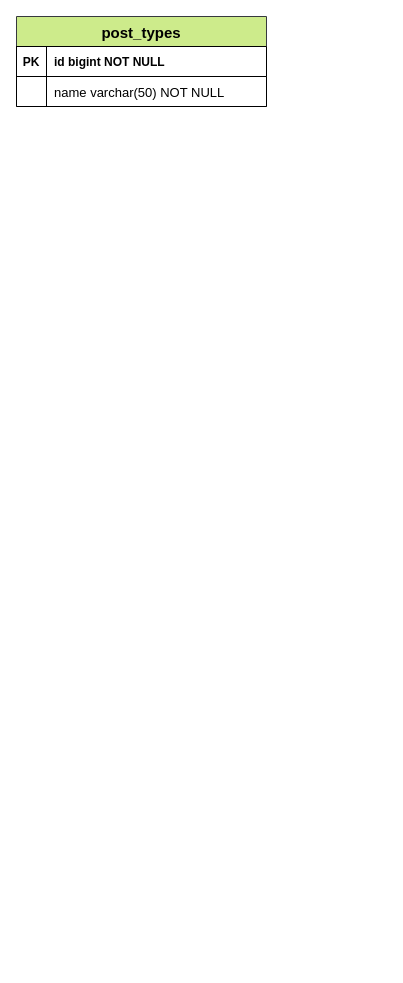
The draw.io diagram dbschema/ninenews.drawio in efthakhar/ninenews, before the edit. Source tidied: cells renumbered, new cells numbered last; positions are measured from the earlier drawing's top-left corner, leaving out a move shared by most shapes. Both pictures are drawn from the tidied source at 100%, with x=0, y=0 at pixel (16, 16).
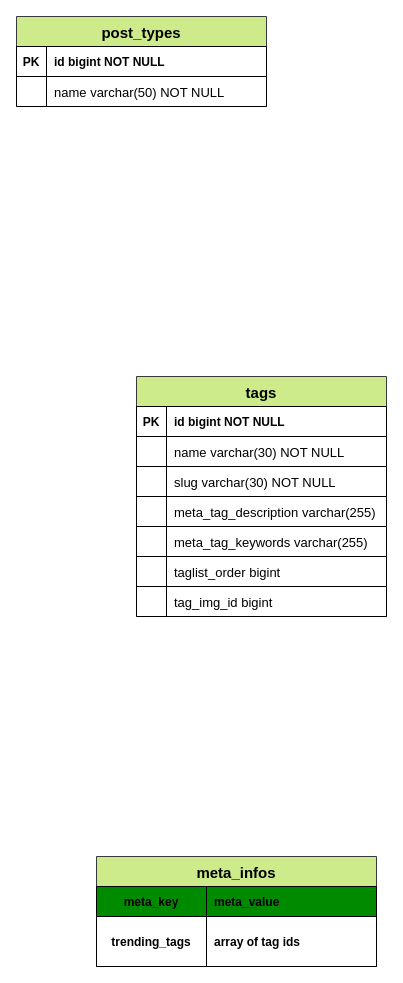
The same diagram, later.

Diff of the diagram source:
```diff
@@
+    <mxCell id="9" value="tags" style="shape=table;startSize=30;childLayout=tableLayout;rowLines=0;fontStyle=1;align=center;strokeColor=#36393d;fillColor=#cdeb8b;fontColor=#000000;fontSize=15;labelBackgroundColor=none;labelBorderColor=none;fontFamily=Helvetica;rounded=0;" parent="1" vertex="1">
+      <mxGeometry x="120" y="360" width="250" height="240" as="geometry" />
+    </mxCell>
+    <mxCell id="10" style="shape=partialRectangle;fillColor=#FFFFFF;top=0;left=0;right=0;bottom=1;strokeColor=#666666;labelBackgroundColor=none;noLabel=1;fontColor=#333333;fontFamily=Helvetica;rounded=0;" parent="9" vertex="1">
+      <mxGeometry y="30" width="250" height="30" as="geometry" />
+    </mxCell>
+    <mxCell id="11" value="PK" style="shape=partialRectangle;overflow=hidden;fillColor=none;top=1;left=1;bottom=1;right=1;fontStyle=1;fontColor=#000000;strokeColor=#000000;fontFamily=Helvetica;rounded=0;" parent="10" vertex="1">
+      <mxGeometry width="30" height="30" as="geometry" />
+    </mxCell>
+    <mxCell id="12" value="id bigint NOT NULL " style="shape=partialRectangle;overflow=hidden;fillColor=none;top=1;left=1;bottom=1;right=1;align=left;spacingLeft=6;fontStyle=1;fontColor=#000000;strokeColor=#000000;noLabel=0;fontFamily=Helvetica;rounded=0;" parent="10" vertex="1">
+      <mxGeometry x="30" width="220" height="30" as="geometry" />
+    </mxCell>
+    <mxCell id="13" style="shape=partialRectangle;fillColor=#FFFFFF;top=1;left=1;right=1;bottom=1;labelBorderColor=#000000;strokeColor=#000000;labelBackgroundColor=none;fontFamily=Helvetica;rounded=0;" parent="9" vertex="1">
+      <mxGeometry y="60" width="250" height="30" as="geometry" />
+    </mxCell>
+    <mxCell id="14" style="shape=partialRectangle;overflow=hidden;fillColor=none;top=0;left=0;bottom=0;right=0;fontFamily=Helvetica;rounded=0;" parent="13" vertex="1">
+      <mxGeometry width="30" height="30" as="geometry" />
+    </mxCell>
+    <mxCell id="15" value="name varchar(30) NOT NULL" style="shape=partialRectangle;overflow=hidden;fillColor=none;top=0;left=1;bottom=0;right=0;align=left;spacingLeft=6;fontColor=#000000;strokeColor=#000000;fontSize=13;fontFamily=Helvetica;rounded=0;" parent="13" vertex="1">
+      <mxGeometry x="30" width="220" height="30" as="geometry" />
+    </mxCell>
+    <mxCell id="16" style="shape=partialRectangle;fillColor=#FFFFFF;top=1;left=1;right=1;bottom=1;labelBorderColor=#000000;strokeColor=#000000;labelBackgroundColor=none;fontFamily=Helvetica;rounded=0;" parent="9" vertex="1">
+      <mxGeometry y="90" width="250" height="30" as="geometry" />
+    </mxCell>
+    <mxCell id="17" style="shape=partialRectangle;overflow=hidden;fillColor=none;top=0;left=0;bottom=0;right=0;fontFamily=Helvetica;rounded=0;" parent="16" vertex="1">
+      <mxGeometry width="30" height="30" as="geometry" />
+    </mxCell>
+    <mxCell id="18" value="slug varchar(30) NOT NULL" style="shape=partialRectangle;overflow=hidden;fillColor=none;top=0;left=1;bottom=0;right=0;align=left;spacingLeft=6;fontColor=#000000;strokeColor=#000000;fontSize=13;fontFamily=Helvetica;rounded=0;" parent="16" vertex="1">
+      <mxGeometry x="30" width="220" height="30" as="geometry" />
+    </mxCell>
+    <mxCell id="19" style="shape=partialRectangle;fillColor=#FFFFFF;top=1;left=1;right=1;bottom=1;labelBorderColor=#000000;strokeColor=#000000;labelBackgroundColor=none;fontFamily=Helvetica;rounded=0;" parent="9" vertex="1">
+      <mxGeometry y="120" width="250" height="30" as="geometry" />
+    </mxCell>
+    <mxCell id="20" style="shape=partialRectangle;overflow=hidden;fillColor=none;top=0;left=0;bottom=0;right=0;fontFamily=Helvetica;rounded=0;" parent="19" vertex="1">
+      <mxGeometry width="30" height="30" as="geometry" />
+    </mxCell>
+    <mxCell id="21" value="meta_tag_description varchar(255) " style="shape=partialRectangle;overflow=hidden;fillColor=none;top=0;left=1;bottom=0;right=0;align=left;spacingLeft=6;fontColor=#000000;strokeColor=#000000;fontSize=13;fontFamily=Helvetica;rounded=0;" parent="19" vertex="1">
+      <mxGeometry x="30" width="220" height="30" as="geometry" />
+    </mxCell>
+    <mxCell id="22" style="shape=partialRectangle;fillColor=#FFFFFF;top=1;left=1;right=1;bottom=1;labelBorderColor=#000000;strokeColor=#000000;labelBackgroundColor=none;fontFamily=Helvetica;rounded=0;" parent="9" vertex="1">
+      <mxGeometry y="150" width="250" height="30" as="geometry" />
+    </mxCell>
+    <mxCell id="23" style="shape=partialRectangle;overflow=hidden;fillColor=none;top=0;left=0;bottom=0;right=0;fontFamily=Helvetica;rounded=0;" parent="22" vertex="1">
+      <mxGeometry width="30" height="30" as="geometry" />
+    </mxCell>
+    <mxCell id="24" value="meta_tag_keywords varchar(255) " style="shape=partialRectangle;overflow=hidden;fillColor=none;top=0;left=1;bottom=0;right=0;align=left;spacingLeft=6;fontColor=#000000;strokeColor=#000000;fontSize=13;fontFamily=Helvetica;rounded=0;" parent="22" vertex="1">
+      <mxGeometry x="30" width="220" height="30" as="geometry" />
+    </mxCell>
+    <mxCell id="25" style="shape=partialRectangle;fillColor=#FFFFFF;top=1;left=1;right=1;bottom=1;labelBorderColor=#000000;strokeColor=#000000;labelBackgroundColor=none;fontFamily=Helvetica;rounded=0;" parent="9" vertex="1">
+      <mxGeometry y="180" width="250" height="30" as="geometry" />
+    </mxCell>
+    <mxCell id="26" style="shape=partialRectangle;overflow=hidden;fillColor=none;top=0;left=0;bottom=0;right=0;fontFamily=Helvetica;rounded=0;" parent="25" vertex="1">
+      <mxGeometry width="30" height="30" as="geometry" />
+    </mxCell>
+    <mxCell id="27" value="taglist_order bigint " style="shape=partialRectangle;overflow=hidden;fillColor=none;top=0;left=1;bottom=0;right=0;align=left;spacingLeft=6;fontColor=#000000;strokeColor=#000000;fontSize=13;fontFamily=Helvetica;rounded=0;" parent="25" vertex="1">
+      <mxGeometry x="30" width="220" height="30" as="geometry" />
+    </mxCell>
+    <mxCell id="28" style="shape=partialRectangle;fillColor=#FFFFFF;top=1;left=1;right=1;bottom=1;labelBorderColor=#000000;strokeColor=#000000;labelBackgroundColor=none;fontFamily=Helvetica;rounded=0;" parent="9" vertex="1">
+      <mxGeometry y="210" width="250" height="30" as="geometry" />
+    </mxCell>
+    <mxCell id="29" style="shape=partialRectangle;overflow=hidden;fillColor=none;top=0;left=0;bottom=0;right=0;fontFamily=Helvetica;rounded=0;" parent="28" vertex="1">
+      <mxGeometry width="30" height="30" as="geometry" />
+    </mxCell>
+    <mxCell id="30" value="tag_img_id bigint " style="shape=partialRectangle;overflow=hidden;fillColor=none;top=0;left=1;bottom=0;right=0;align=left;spacingLeft=6;fontColor=#000000;strokeColor=#000000;fontSize=13;fontFamily=Helvetica;rounded=0;" parent="28" vertex="1">
+      <mxGeometry x="30" width="220" height="30" as="geometry" />
+    </mxCell>
+    <mxCell id="31" value="meta_infos" style="shape=table;startSize=30;childLayout=tableLayout;rowLines=0;fontStyle=1;align=center;strokeColor=#36393d;fillColor=#cdeb8b;fontColor=#000000;fontSize=15;labelBackgroundColor=none;labelBorderColor=none;fontFamily=Helvetica;rounded=0;" parent="1" vertex="1">
+      <mxGeometry x="80" y="840" width="280" height="110" as="geometry" />
+    </mxCell>
+    <mxCell id="32" style="shape=partialRectangle;fillColor=#008a00;top=0;left=0;right=0;bottom=1;strokeColor=#005700;labelBackgroundColor=none;noLabel=1;fontColor=#ffffff;fontFamily=Helvetica;rounded=0;" parent="31" vertex="1">
+      <mxGeometry y="30" width="280" height="30" as="geometry" />
+    </mxCell>
+    <mxCell id="33" value="meta_key" style="shape=partialRectangle;overflow=hidden;fillColor=none;top=1;left=1;bottom=1;right=1;fontStyle=1;fontColor=#000000;strokeColor=#000000;fontFamily=Helvetica;rounded=0;align=center;" parent="32" vertex="1">
+      <mxGeometry width="110" height="30" as="geometry" />
+    </mxCell>
+    <mxCell id="34" value="meta_value" style="shape=partialRectangle;overflow=hidden;fillColor=none;top=1;left=1;bottom=1;right=1;align=left;spacingLeft=6;fontStyle=1;fontColor=#000000;strokeColor=#000000;noLabel=0;fontFamily=Helvetica;rounded=0;" parent="32" vertex="1">
+      <mxGeometry x="110" width="170" height="30" as="geometry" />
+    </mxCell>
+    <mxCell id="35" style="shape=partialRectangle;fillColor=#FFFFFF;top=0;left=0;right=0;bottom=1;strokeColor=#666666;labelBackgroundColor=none;noLabel=1;fontColor=#333333;fontFamily=Helvetica;rounded=0;" parent="31" vertex="1">
+      <mxGeometry y="60" width="280" height="50" as="geometry" />
+    </mxCell>
+    <mxCell id="36" value="trending_tags" style="shape=partialRectangle;overflow=hidden;fillColor=none;top=1;left=1;bottom=1;right=1;fontStyle=1;fontColor=#000000;strokeColor=#000000;fontFamily=Helvetica;rounded=0;align=center;" parent="35" vertex="1">
+      <mxGeometry width="110" height="50" as="geometry" />
+    </mxCell>
+    <mxCell id="37" value="array of tag ids" style="shape=partialRectangle;overflow=hidden;fillColor=none;top=1;left=1;bottom=1;right=1;align=left;spacingLeft=6;fontStyle=1;fontColor=#000000;strokeColor=#000000;noLabel=0;fontFamily=Helvetica;rounded=0;" parent="35" vertex="1">
+      <mxGeometry x="110" width="170" height="50" as="geometry" />
+    </mxCell>
```
